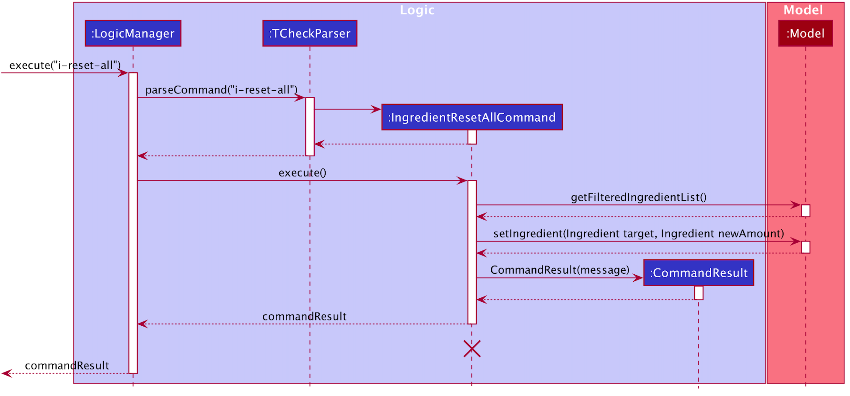
This is docs/images/IngredientResetAllSequenceDiagram.png from nus-cs2103-AY2021S1/tp, a PlantUML export, as it was before one commit. Its source is kept beside it as docs/diagrams/IngredientResetAllSequenceDiagram.puml.
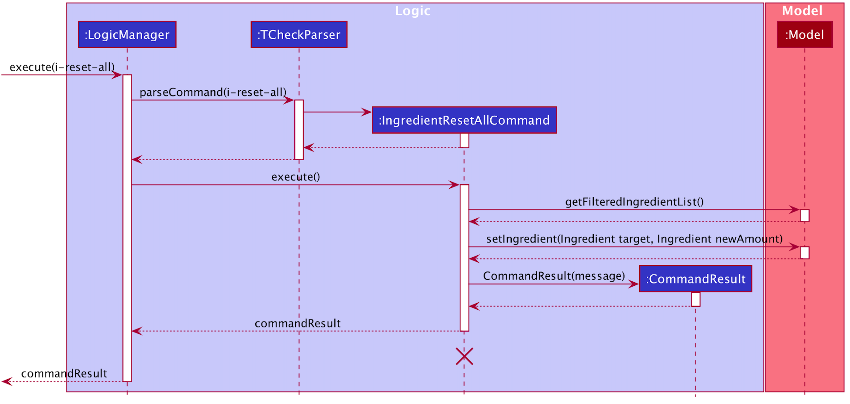
After the change.

The edit, as a diff of the source:
```diff
@@ -11,10 +11,10 @@
 box Model MODEL_COLOR_T1
 participant ":Model" as Model MODEL_COLOR
 end box
-[-> LogicManager : execute("i-reset-all")
+[-> LogicManager : execute(i-reset-all)
 activate LogicManager
 
-LogicManager -> TCheckParser : parseCommand("i-reset-all")
+LogicManager -> TCheckParser : parseCommand(i-reset-all)
 activate TCheckParser
 
 create IngredientResetAllCommand
```
